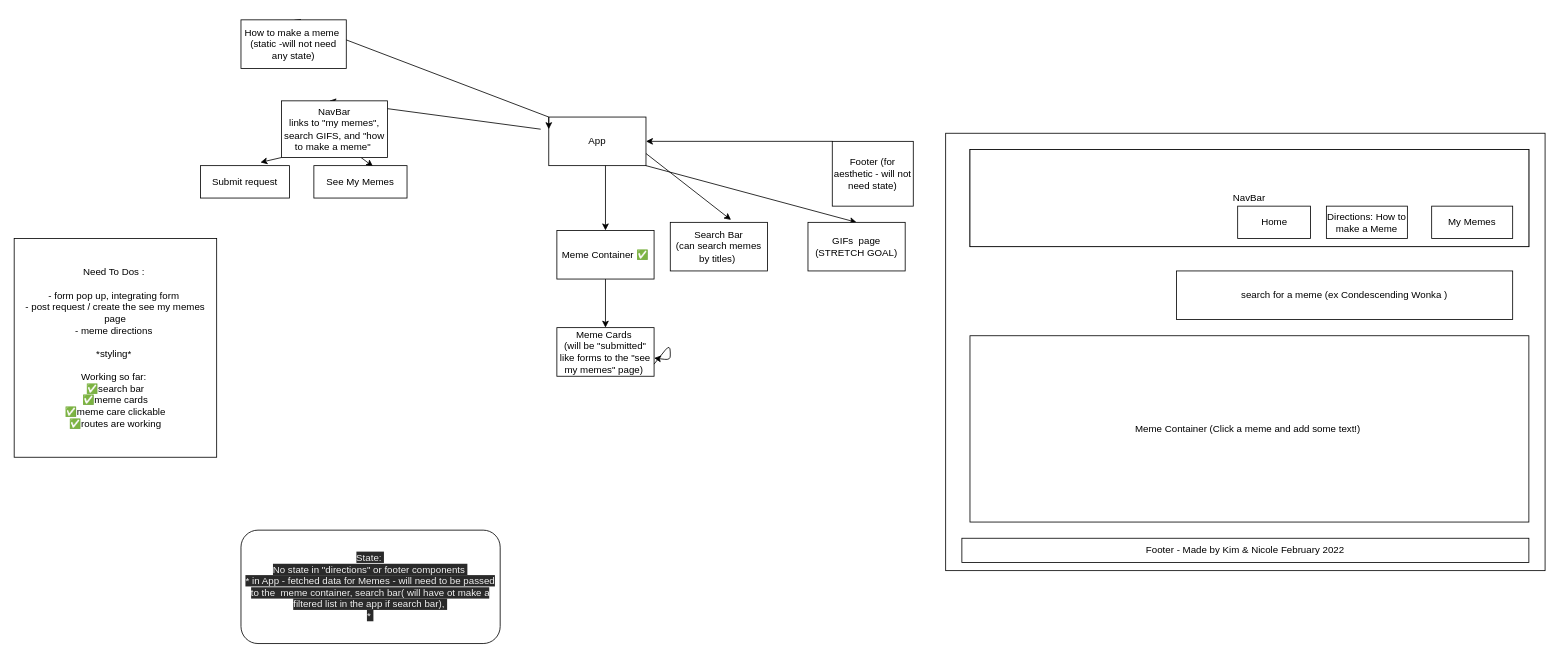
Before: src/hierarchy.drawio in kshayes78/Meme-app, a draw.io diagram. Source tidied: cells renumbered, new cells numbered last; positions are measured from the earlier drawing's top-left corner, leaving out a move shared by most shapes. Both pictures are drawn from the tidied source at 81%, with x=0, y=0 at pixel (14, 19).
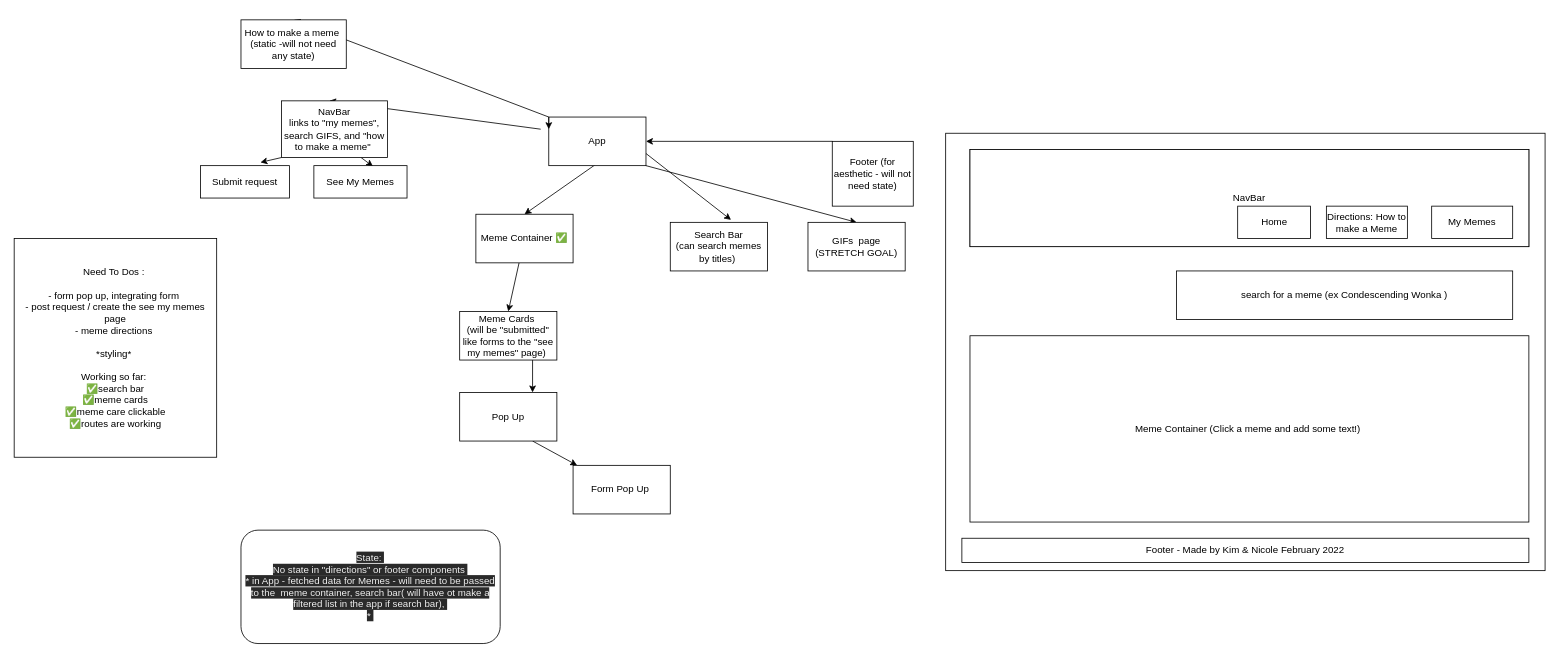
The same page after the edit.

The edit, as a diff of the source:
```diff
@@
     <mxCell id="18" value="Meme Container ✅" style="rounded=0;whiteSpace=wrap;html=1;" parent="1" vertex="1">
-      <mxGeometry x="670" y="260" width="120" height="60" as="geometry" />
+      <mxGeometry x="570" y="240" width="120" height="60" as="geometry" />
     </mxCell>
@@
+    <mxCell id="34" style="edgeStyle=none;html=1;exitX=0.75;exitY=1;exitDx=0;exitDy=0;entryX=0.75;entryY=0;entryDx=0;entryDy=0;" parent="1" edge="1" source="22" target="36">
+      <mxGeometry relative="1" as="geometry" />
+    </mxCell>
     <mxCell id="22" value="Meme Cards&amp;nbsp;&lt;br&gt;(will be &quot;submitted&quot; like forms to the &quot;see my memes&quot; page)&amp;nbsp;" style="rounded=0;whiteSpace=wrap;html=1;" parent="1" vertex="1">
-      <mxGeometry x="670" y="380" width="120" height="60" as="geometry" />
+      <mxGeometry x="550" y="360" width="120" height="60" as="geometry" />
     </mxCell>
@@
-    <mxCell id="32" style="edgeStyle=none;html=1;exitX=1;exitY=0.75;exitDx=0;exitDy=0;" parent="1" edge="1" source="22" target="22">
-      <mxGeometry relative="1" as="geometry" />
-    </mxCell>
@@
+    <mxCell id="35" style="edgeStyle=none;html=1;exitX=0.75;exitY=1;exitDx=0;exitDy=0;" parent="1" edge="1" source="36" target="37">
+      <mxGeometry relative="1" as="geometry" />
+    </mxCell>
+    <mxCell id="36" value="Pop Up" style="rounded=0;whiteSpace=wrap;html=1;" parent="1" vertex="1">
+      <mxGeometry x="550" y="460" width="120" height="60" as="geometry" />
+    </mxCell>
+    <mxCell id="37" value="Form Pop Up&amp;nbsp;" style="rounded=0;whiteSpace=wrap;html=1;" parent="1" vertex="1">
+      <mxGeometry x="690" y="550" width="120" height="60" as="geometry" />
+    </mxCell>
```
